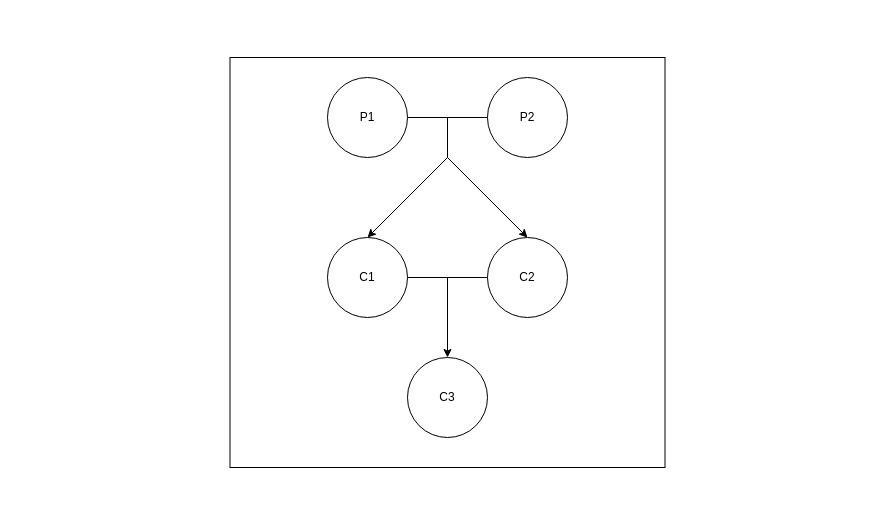
urpylka/notes keeps this draw.io diagram as page "Page-2" (2 of 4) of posts/post-84/images/incest.drawio. Above is the earlier version. Source tidied: cells renumbered, new cells numbered last; positions are measured from the earlier drawing's top-left corner, leaving out a move shared by most shapes. Both pictures are drawn from the tidied source at 100%, with x=0, y=0 at pixel (229, 57).
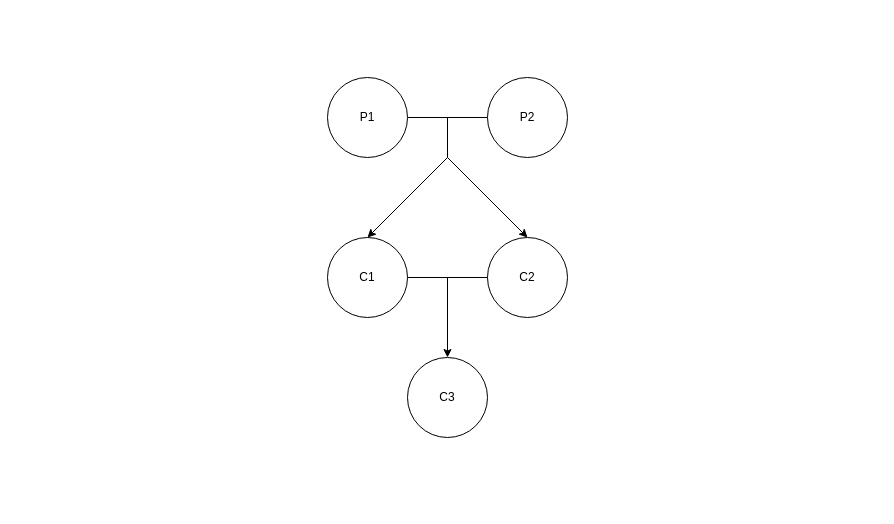
The same page after the edit.

The edit, as a diff of the source:
```diff
@@
 <mxGraphModel>
   <root>
     <mxCell id="0" />
     <mxCell id="1" parent="0" />
-    <mxCell id="2" style="rounded=0;whiteSpace=wrap;html=1;" parent="1" vertex="1">
-      <mxGeometry x="0.5" width="435" height="410" as="geometry" />
+    <mxCell id="2" style="rounded=0;whiteSpace=wrap;html=1;strokeColor=none;" parent="1" vertex="1">
+      <mxGeometry x="-212" y="-40" width="860" height="490" as="geometry" />
     </mxCell>
     <mxCell id="3" style="edgeStyle=orthogonalEdgeStyle;rounded=0;jettySize=auto;html=1;exitX=1;exitY=0.5;exitDx=0;exitDy=0;entryX=0;entryY=0.5;entryDx=0;entryDy=0;endArrow=none;endFill=0;" parent="1" edge="1" source="4" target="5">
       <mxGeometry relative="1" as="geometry">
         <Array as="points">
           <mxPoint x="258" y="60" />
           <mxPoint x="258" y="60" />
         </Array>
       </mxGeometry>
     </mxCell>
     <mxCell id="4" value="P1" style="ellipse;whiteSpace=wrap;html=1;" parent="1" vertex="1">
       <mxGeometry x="98" y="20" width="80" height="80" as="geometry" />
     </mxCell>
     <mxCell id="5" value="P2" style="ellipse;whiteSpace=wrap;html=1;" parent="1" vertex="1">
       <mxGeometry x="258" y="20" width="80" height="80" as="geometry" />
     </mxCell>
     <mxCell id="6" value="C1" style="ellipse;whiteSpace=wrap;html=1;" parent="1" vertex="1">
       <mxGeometry x="98" y="180" width="80" height="80" as="geometry" />
     </mxCell>
     <mxCell id="7" style="endArrow=classic;html=1;entryX=0.5;entryY=0;entryDx=0;entryDy=0;" parent="1" edge="1" target="6">
       <mxGeometry relative="1" as="geometry">
         <mxPoint x="218" y="100" as="sourcePoint" />
       </mxGeometry>
     </mxCell>
     <mxCell id="8" value="C3" style="ellipse;whiteSpace=wrap;html=1;" parent="1" vertex="1">
       <mxGeometry x="178" y="300" width="80" height="80" as="geometry" />
     </mxCell>
     <mxCell id="9" style="endArrow=classic;html=1;entryX=0.5;entryY=0;entryDx=0;entryDy=0;" parent="1" edge="1" target="8">
       <mxGeometry relative="1" as="geometry">
         <mxPoint x="218" y="220" as="sourcePoint" />
       </mxGeometry>
     </mxCell>
     <mxCell id="10" value="C2" style="ellipse;whiteSpace=wrap;html=1;" parent="1" vertex="1">
       <mxGeometry x="258" y="180" width="80" height="80" as="geometry" />
     </mxCell>
     <mxCell id="11" style="endArrow=none;html=1;entryX=0;entryY=0.5;entryDx=0;entryDy=0;exitX=1;exitY=0.5;exitDx=0;exitDy=0;" parent="1" edge="1" source="6" target="10">
       <mxGeometry relative="1" as="geometry" />
     </mxCell>
     <mxCell id="12" style="endArrow=classic;html=1;entryX=0.5;entryY=0;entryDx=0;entryDy=0;" parent="1" edge="1" target="10">
       <mxGeometry relative="1" as="geometry">
         <mxPoint x="218" y="100" as="sourcePoint" />
       </mxGeometry>
     </mxCell>
     <mxCell id="13" style="endArrow=none;html=1;" parent="1" edge="1">
       <mxGeometry relative="1" as="geometry">
         <mxPoint x="218" y="100" as="sourcePoint" />
         <mxPoint x="218" y="60" as="targetPoint" />
       </mxGeometry>
     </mxCell>
   </root>
 </mxGraphModel>
```
